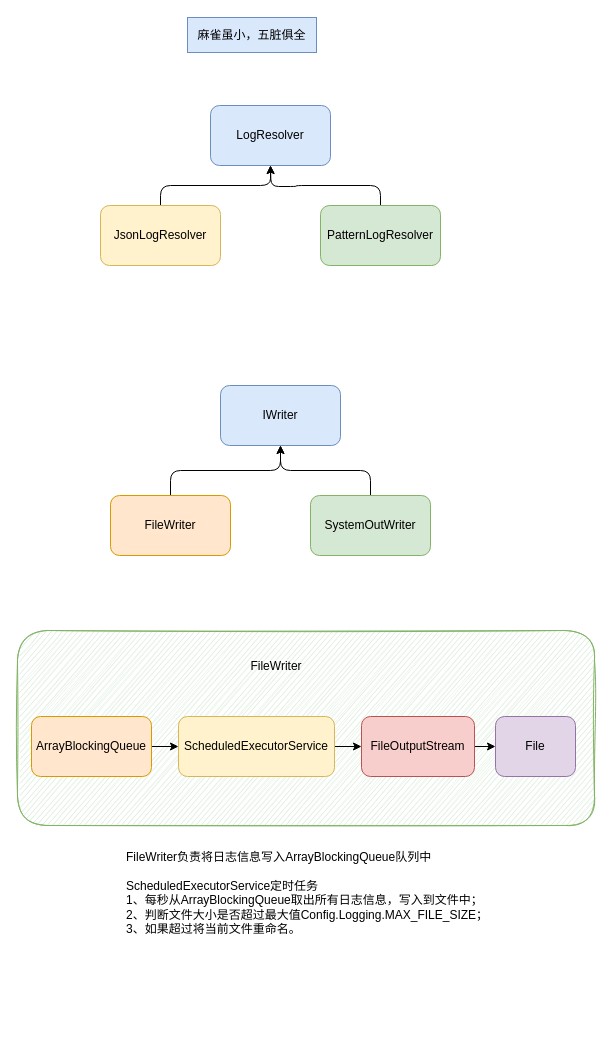
Before: sw-java-agent-logging-resolver.drawio in geekymv/blog-image, a draw.io diagram. Source tidied: cells renumbered, new cells numbered last; positions are measured from the earlier drawing's top-left corner, leaving out a move shared by most shapes. Both pictures are drawn from the tidied source at 100%, with x=0, y=0 at pixel (17, 17).
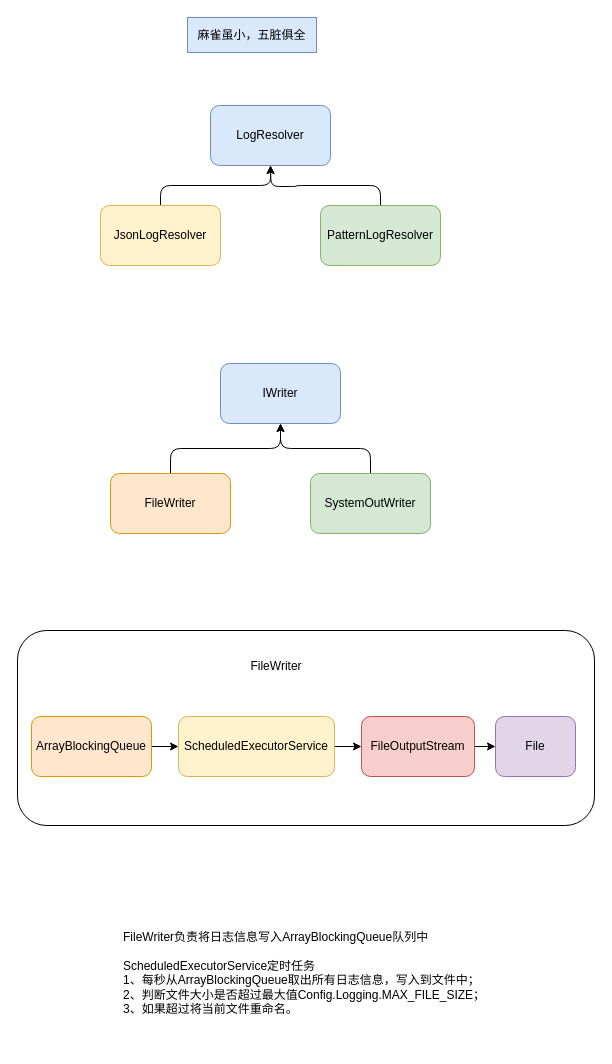
The same page after the edit.

The edit, as a diff of the source:
```diff
@@
     <mxCell id="7" value="IWriter" style="whiteSpace=wrap;html=1;rounded=1;fillColor=#dae8fc;strokeColor=#6c8ebf;" parent="1" vertex="1">
-      <mxGeometry x="203" y="368" width="120" height="60" as="geometry" />
+      <mxGeometry x="203" y="346" width="120" height="60" as="geometry" />
     </mxCell>
@@
     <mxCell id="9" value="FileWriter" style="whiteSpace=wrap;html=1;rounded=1;fillColor=#ffe6cc;strokeColor=#d79b00;" parent="1" vertex="1">
-      <mxGeometry x="93" y="478" width="120" height="60" as="geometry" />
+      <mxGeometry x="93" y="456" width="120" height="60" as="geometry" />
     </mxCell>
@@
     <mxCell id="11" value="SystemOutWriter" style="whiteSpace=wrap;html=1;rounded=1;fillColor=#d5e8d4;strokeColor=#82b366;" parent="1" vertex="1">
-      <mxGeometry x="293" y="478" width="120" height="60" as="geometry" />
+      <mxGeometry x="293" y="456" width="120" height="60" as="geometry" />
     </mxCell>
-    <mxCell id="12" style="rounded=1;whiteSpace=wrap;html=1;fillColor=#d5e8d4;strokeColor=#82b366;shadow=0;sketch=1;glass=0;" parent="1" vertex="1">
+    <mxCell id="12" style="rounded=1;html=1;shadow=0;sketch=0;glass=0;whiteSpace=wrap;" parent="1" vertex="1">
       <mxGeometry y="613" width="577" height="195" as="geometry" />
     </mxCell>
@@
     <mxCell id="21" value="FileWriter负责将日志信息写入&lt;span style=&quot;text-align: center&quot;&gt;ArrayBlockingQueue队列中&lt;br&gt;&lt;/span&gt;&lt;br&gt;ScheduledExecutorService定时任务&lt;br&gt;1、每秒从ArrayBlockingQueue取出所有日志信息，写入到文件中；&lt;br&gt;2、判断文件大小是否超过最大值Config.Logging.MAX_FILE_SIZE；&lt;br&gt;3、如果超过将当前文件重命名。" style="text;html=1;strokeColor=none;fillColor=none;align=left;verticalAlign=top;whiteSpace=wrap;rounded=0;" parent="1" vertex="1">
-      <mxGeometry x="107" y="826" width="376" height="123" as="geometry" />
+      <mxGeometry x="104" y="906" width="376" height="123" as="geometry" />
     </mxCell>
```
